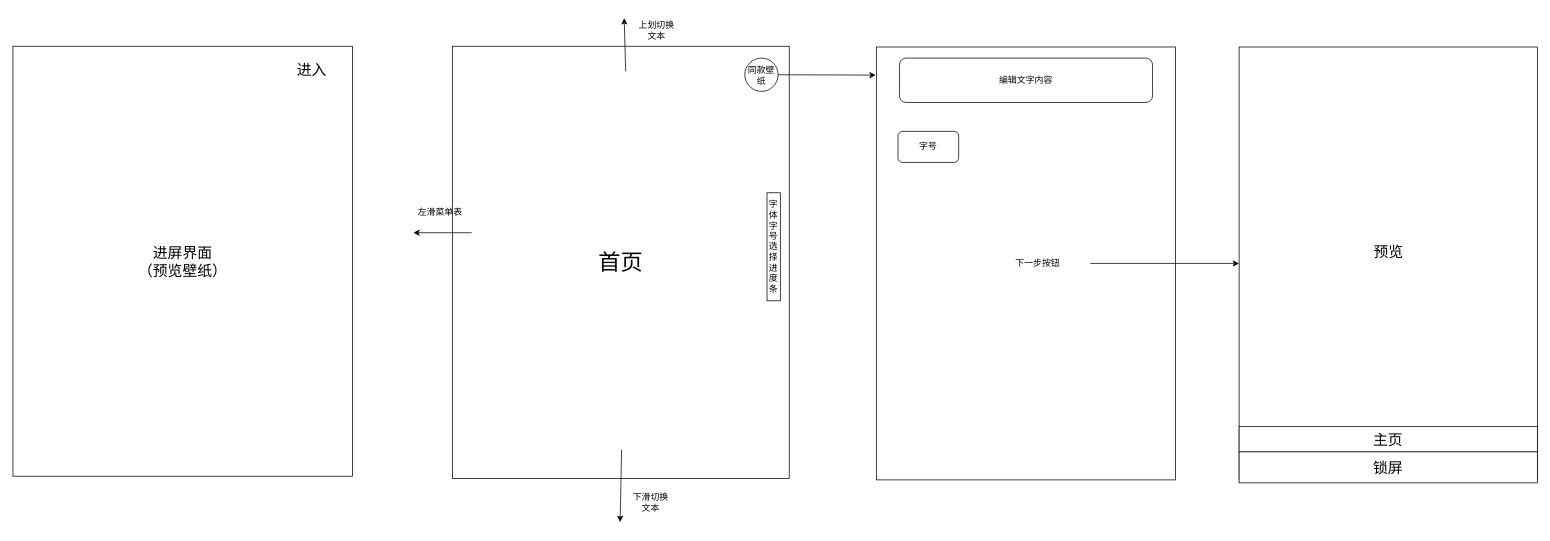
The draw.io diagram wallpaper.drawio in cangwang/news, before the edit. Source tidied: cells renumbered, new cells numbered last; positions are measured from the earlier drawing's top-left corner, leaving out a move shared by most shapes. Both pictures are drawn from the tidied source at 74%, with x=0, y=0 at pixel (13, 18).
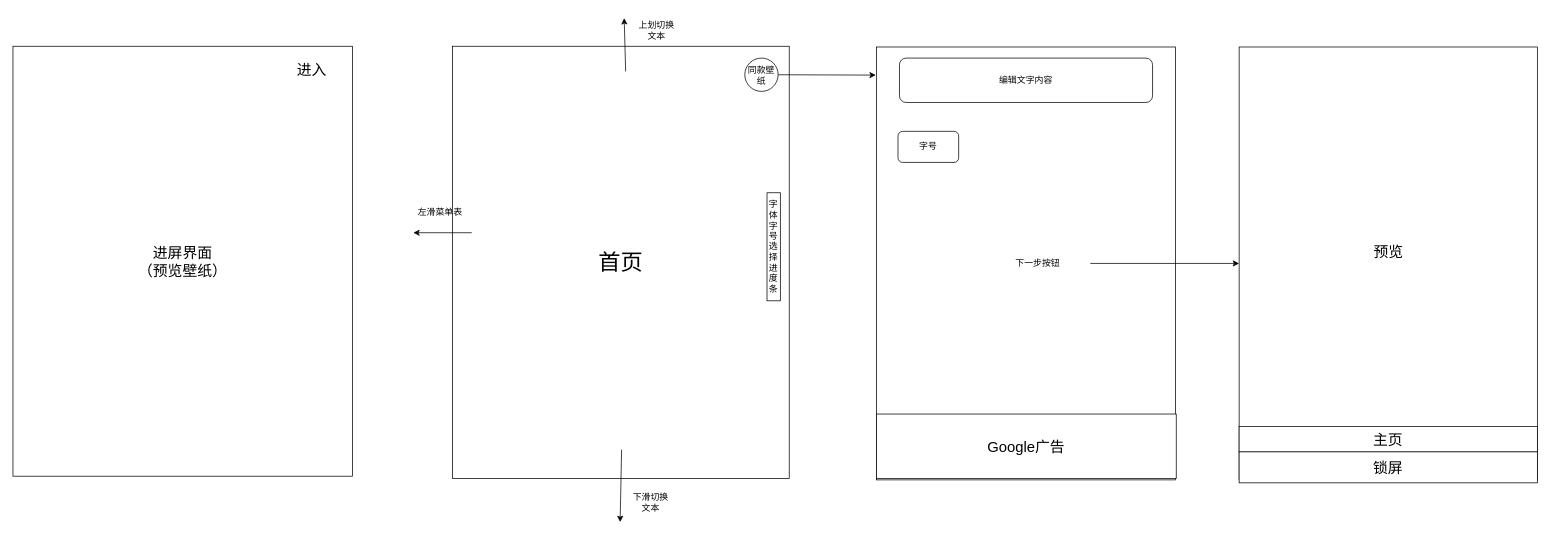
The same diagram, later.

The edit, as a diff of the source:
```diff
@@
+    <mxCell id="23" value="Google广告" style="rounded=0;whiteSpace=wrap;html=1;fontSize=20;" parent="1" vertex="1">
+      <mxGeometry x="1167" y="535" width="405" height="87" as="geometry" />
+    </mxCell>
```
